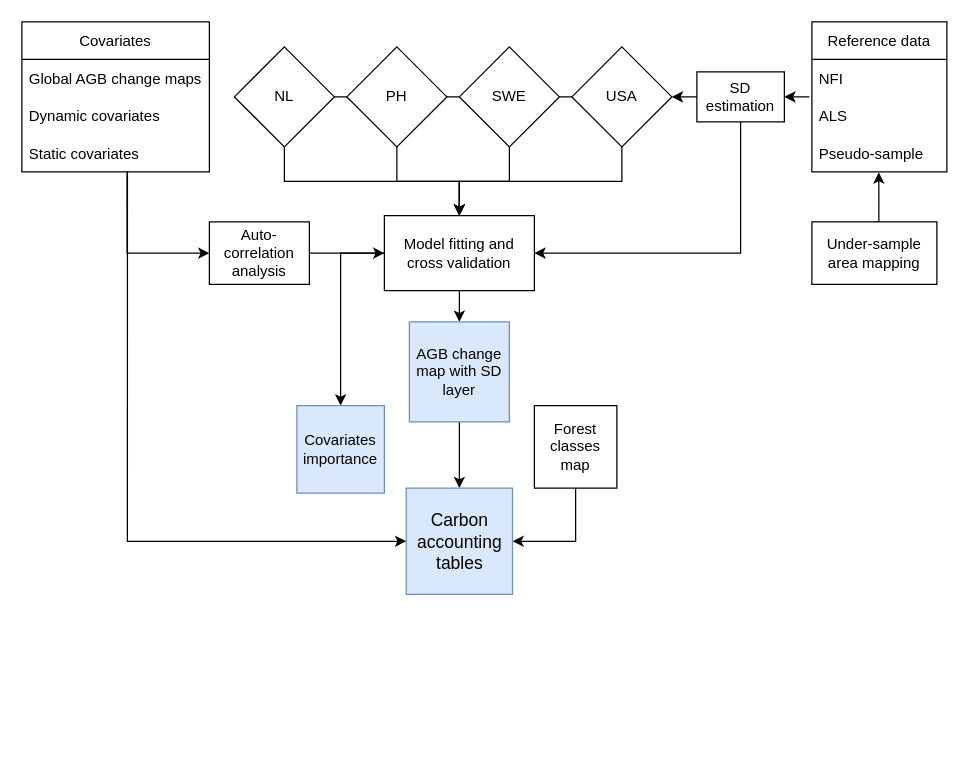
Before: Paper3.drawio in arnanaraza/diagrams, a draw.io diagram. Source tidied: cells renumbered, new cells numbered last; positions are measured from the earlier drawing's top-left corner, leaving out a move shared by most shapes. Both pictures are drawn from the tidied source at 125%, with x=0, y=0 at pixel (21, 21).
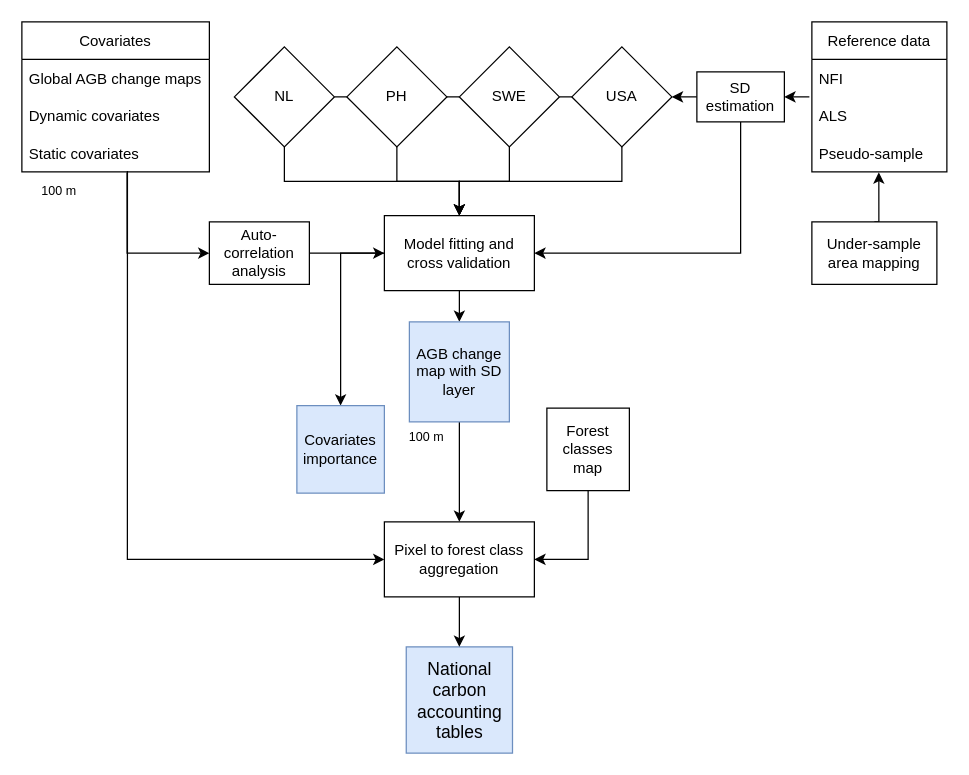
After the change.

The change refers to these unchanged cells:
```xml
<mxCell id="12" value="Static covariates" style="text;strokeColor=none;fillColor=none;align=left;verticalAlign=middle;spacingLeft=4;spacingRight=4;overflow=hidden;points=[[0,0.5],[1,0.5]];portConstraint=eastwest;" parent="9" vertex="1">
  <mxGeometry y="90" width="150" height="30" as="geometry" />
</mxCell>
<mxCell id="32" value="&lt;span style=&quot;font-size: 12px;&quot;&gt;AGB change map with SD layer&lt;/span&gt;" style="whiteSpace=wrap;html=1;fontSize=10;fillColor=#dae8fc;strokeColor=#6c8ebf;" parent="1" vertex="1">
  <mxGeometry x="310" y="240" width="80" height="80" as="geometry" />
</mxCell>
```

What changed in the source:
```diff
@@
-    <mxCell id="29" style="edgeStyle=orthogonalEdgeStyle;rounded=0;jettySize=auto;html=1;exitX=0.5;exitY=1;exitDx=0;exitDy=0;entryX=1;entryY=0.5;entryDx=0;entryDy=0;fontColor=default;" parent="1" edge="1" source="30" target="35">
-      <mxGeometry relative="1" as="geometry" />
-    </mxCell>
+    <mxCell id="41" style="edgeStyle=orthogonalEdgeStyle;rounded=0;jettySize=auto;html=1;exitX=0.5;exitY=1;exitDx=0;exitDy=0;entryX=1;entryY=0.5;entryDx=0;entryDy=0;" parent="1" edge="1" source="30" target="44">
+      <mxGeometry relative="1" as="geometry" />
+    </mxCell>
     <mxCell id="30" value="&lt;span style=&quot;font-size: 12px;&quot;&gt;Forest classes map&lt;/span&gt;" style="whiteSpace=wrap;html=1;fontSize=10;" parent="1" vertex="1">
-      <mxGeometry x="410" y="307" width="66" height="66" as="geometry" />
+      <mxGeometry x="420" y="309" width="66" height="66" as="geometry" />
     </mxCell>
-    <mxCell id="31" style="edgeStyle=orthogonalEdgeStyle;rounded=0;jettySize=auto;html=1;exitX=0.5;exitY=1;exitDx=0;exitDy=0;entryX=0.5;entryY=0;entryDx=0;entryDy=0;" parent="1" edge="1" source="32" target="35">
-      <mxGeometry relative="1" as="geometry" />
-    </mxCell>
+    <mxCell id="42" style="edgeStyle=orthogonalEdgeStyle;rounded=0;jettySize=auto;html=1;exitX=0.5;exitY=1;exitDx=0;exitDy=0;entryX=0.5;entryY=0;entryDx=0;entryDy=0;fontSize=10;" parent="1" edge="1" source="32" target="44">
+      <mxGeometry relative="1" as="geometry" />
+    </mxCell>
@@
-    <mxCell id="35" value="&lt;font style=&quot;font-size: 14px;&quot;&gt;Carbon accounting tables&lt;/font&gt;" style="whiteSpace=wrap;html=1;fontSize=10;fillColor=#dae8fc;strokeColor=#6c8ebf;" parent="1" vertex="1">
-      <mxGeometry x="307.5" y="373" width="85" height="85" as="geometry" />
+    <mxCell id="35" value="&lt;font style=&quot;font-size: 14px;&quot;&gt;National carbon accounting tables&lt;/font&gt;" style="whiteSpace=wrap;html=1;fontSize=10;fillColor=#dae8fc;strokeColor=#6c8ebf;" parent="1" vertex="1">
+      <mxGeometry x="307.5" y="500" width="85" height="85" as="geometry" />
     </mxCell>
@@
-    <mxCell id="38" style="edgeStyle=orthogonalEdgeStyle;rounded=0;jettySize=auto;html=1;exitX=0.563;exitY=0.979;exitDx=0;exitDy=0;exitPerimeter=0;endArrow=classic;entryX=0;entryY=0.5;entryDx=0;entryDy=0;endFill=1;" parent="1" edge="1" source="12" target="35">
+    <mxCell id="38" style="edgeStyle=orthogonalEdgeStyle;rounded=0;jettySize=auto;html=1;exitX=0.563;exitY=0.979;exitDx=0;exitDy=0;exitPerimeter=0;endArrow=classic;entryX=0;entryY=0.5;entryDx=0;entryDy=0;endFill=1;" parent="1" edge="1" source="12" target="44">
       <mxGeometry relative="1" as="geometry" />
     </mxCell>
@@
+    <mxCell id="43" style="edgeStyle=orthogonalEdgeStyle;rounded=0;jettySize=auto;html=1;exitX=0.5;exitY=1;exitDx=0;exitDy=0;entryX=0.5;entryY=0;entryDx=0;entryDy=0;" parent="1" edge="1" source="44" target="35">
+      <mxGeometry relative="1" as="geometry" />
+    </mxCell>
+    <mxCell id="44" value="Pixel to forest class aggregation" style="rounded=0;whiteSpace=wrap;html=1;" parent="1" vertex="1">
+      <mxGeometry x="290" y="400" width="120" height="60" as="geometry" />
+    </mxCell>
+    <mxCell id="45" value="&lt;font style=&quot;font-size: 10px;&quot;&gt;100 m&lt;/font&gt;" style="text;html=1;strokeColor=none;fillColor=none;align=center;verticalAlign=middle;whiteSpace=wrap;rounded=0;" parent="1" vertex="1">
+      <mxGeometry y="120" width="60" height="30" as="geometry" />
+    </mxCell>
+    <mxCell id="46" value="&lt;font style=&quot;font-size: 10px;&quot;&gt;100 m&lt;/font&gt;" style="text;html=1;strokeColor=none;fillColor=none;align=center;verticalAlign=middle;whiteSpace=wrap;rounded=0;" parent="1" vertex="1">
+      <mxGeometry x="294" y="317" width="60" height="30" as="geometry" />
+    </mxCell>
```
